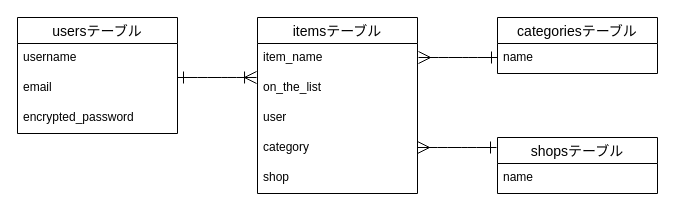
Earlier version of the draw.io diagram ER.dio (ryoshi-8/kaulis). Source tidied: cells renumbered, new cells numbered last; positions are measured from the earlier drawing's top-left corner, leaving out a move shared by most shapes. Both pictures are drawn from the tidied source at 100%, with x=0, y=0 at pixel (17, 17).
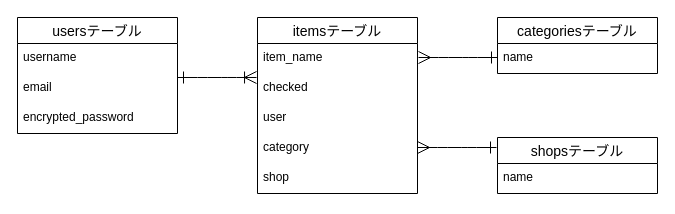
The same diagram, later.

The change refers to these unchanged cells:
```xml
<mxCell id="6" value="itemsテーブル" style="swimlane;fontStyle=0;horizontal=1;startSize=26;align=center;fontSize=14;" parent="1" vertex="1">
  <mxGeometry x="240" width="160" height="176" as="geometry" />
</mxCell>
```

Change to the diagram source:
```diff
@@
-    <mxCell id="8" value="on_the_list" style="text;strokeColor=none;fillColor=none;spacingLeft=4;spacingRight=4;overflow=hidden;points=[[0,0.5],[1,0.5]];portConstraint=eastwest;fontSize=12;whiteSpace=wrap;html=1;" parent="6" vertex="1">
+    <mxCell id="8" value="checked" style="text;strokeColor=none;fillColor=none;spacingLeft=4;spacingRight=4;overflow=hidden;points=[[0,0.5],[1,0.5]];portConstraint=eastwest;fontSize=12;whiteSpace=wrap;html=1;" parent="6" vertex="1">
       <mxGeometry y="56" width="160" height="30" as="geometry" />
     </mxCell>
```
